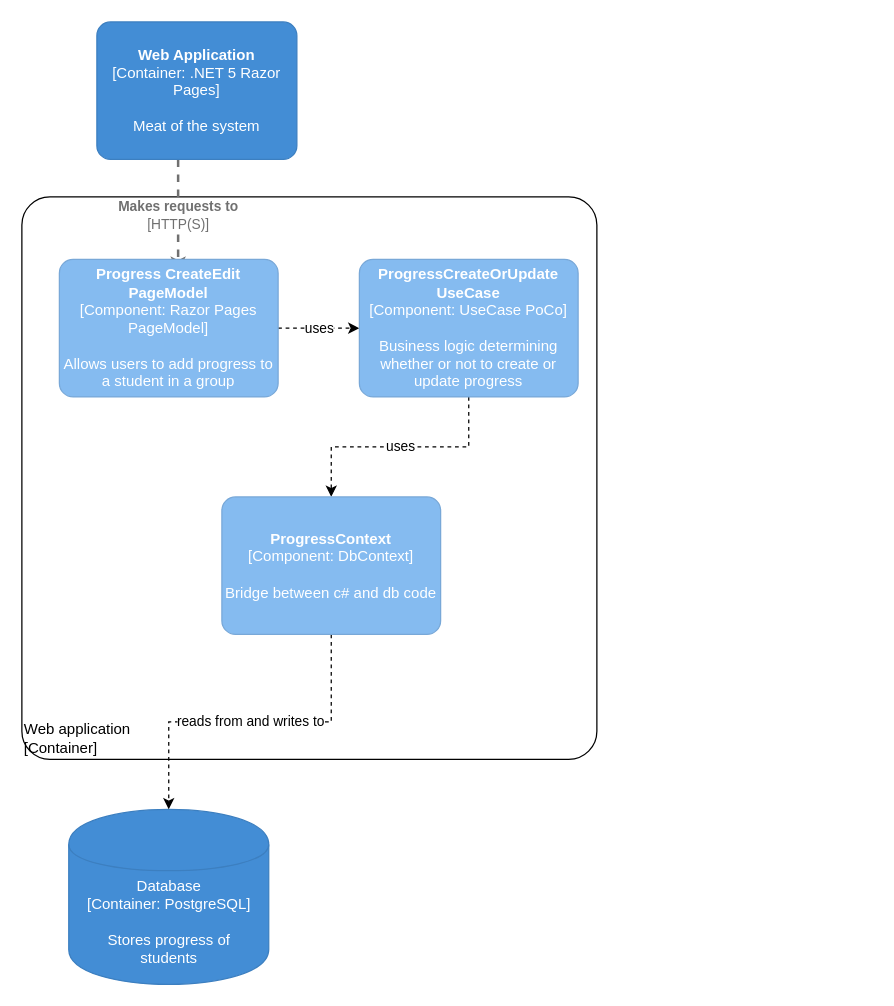
Above: page "C3" (3 of 4) of docs/c4-model.drawio in timohermans/StudentProgress (draw.io), before the change. Source tidied: cells renumbered, new cells numbered last; positions are measured from the earlier drawing's top-left corner, leaving out a move shared by most shapes. Both pictures are drawn from the tidied source at 125%, with x=0, y=0 at pixel (21, 21).
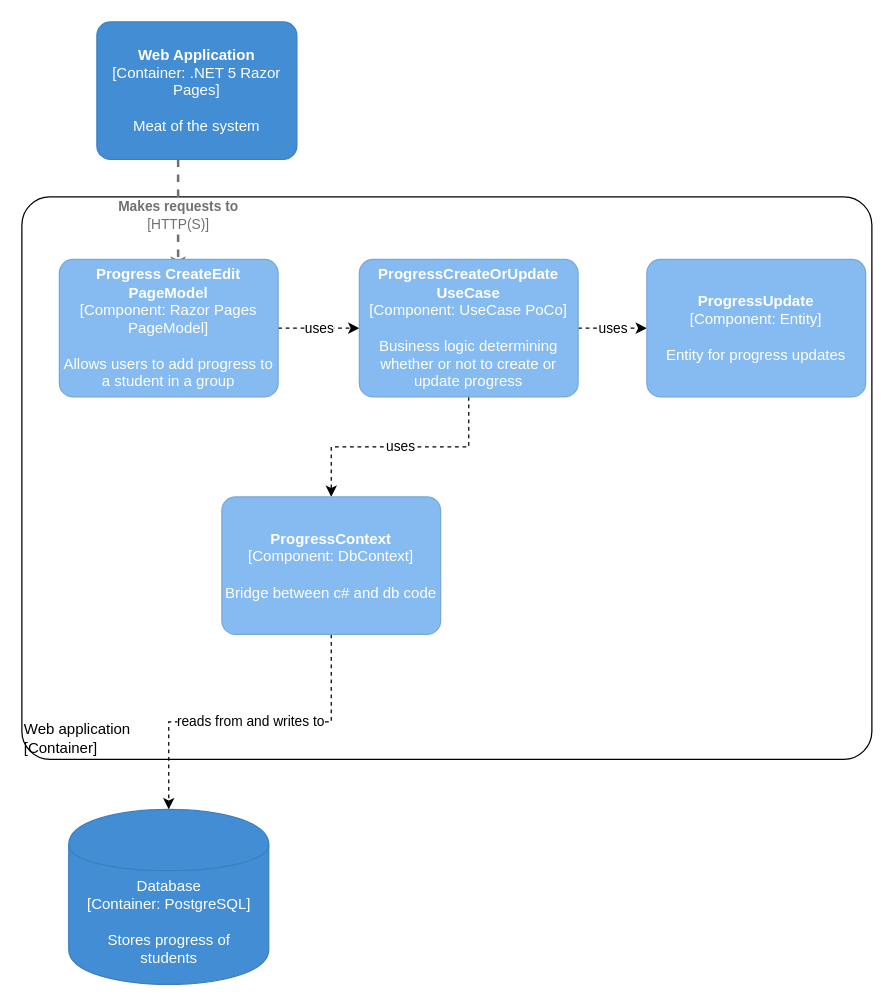
The same page after the edit.

Unchanged cells that the change refers to:
```xml
<object id="9" label="&lt;b&gt;%c4Name%&lt;/b&gt;&lt;div&gt;[%c4Type%: %c4Technology%]&lt;/div&gt;&lt;br&gt;&lt;div&gt;%c4Description%&lt;/div&gt;" c4Description="Business logic determining whether or not to create or update progress" c4Name="ProgressCreateOrUpdate UseCase" c4Technology="UseCase PoCo" c4Type="Component" placeholders="1">
  <mxCell style="rounded=1;whiteSpace=wrap;html=1;labelBackgroundColor=none;fillColor=#85BBF0;fontColor=#ffffff;align=center;arcSize=10;strokeColor=#78A8D8;metaData={&quot;c4Type&quot;:{&quot;editable&quot;:false}};points=[[0.25,0,0],[0.5,0,0],[0.75,0,0],[1,0.25,0],[1,0.5,0],[1,0.75,0],[0.75,1,0],[0.5,1,0],[0.25,1,0],[0,0.75,0],[0,0.5,0],[0,0.25,0]];" parent="1" vertex="1">
    <mxGeometry x="270" y="190" width="175" height="110" as="geometry" />
  </mxCell>
</object>
```

Change to the diagram source:
```diff
@@
     <object id="2" label="&lt;div style=&quot;text-align: left&quot;&gt;%c4Name%&lt;/div&gt;&lt;div style=&quot;text-align: left&quot;&gt;[%c4Application%]&lt;/div&gt;" c4Application="Container" c4Name="Web application" placeholders="1">
       <mxCell style="rounded=1;whiteSpace=wrap;html=1;labelBackgroundColor=none;fillColor=#ffffff;fontColor=#000000;align=left;arcSize=5;strokeColor=#000000;verticalAlign=bottom;metaData={&quot;c4Type&quot;:{&quot;editable&quot;:false}};" parent="1" vertex="1">
-        <mxGeometry y="140" width="460" height="450" as="geometry" />
+        <mxGeometry y="140" width="680" height="450" as="geometry" />
       </mxCell>
     </object>
@@
+    <mxCell id="12" value="uses" style="edgeStyle=orthogonalEdgeStyle;rounded=0;jettySize=auto;html=1;dashed=1;" parent="1" edge="1" source="9" target="13">
+      <mxGeometry relative="1" as="geometry" />
+    </mxCell>
@@
+    <object id="13" label="&lt;b&gt;%c4Name%&lt;/b&gt;&lt;div&gt;[%c4Type%: %c4Technology%]&lt;/div&gt;&lt;br&gt;&lt;div&gt;%c4Description%&lt;/div&gt;" c4Description="Entity for progress updates" c4Name="ProgressUpdate" c4Technology="Entity" c4Type="Component" placeholders="1">
+      <mxCell style="rounded=1;whiteSpace=wrap;html=1;labelBackgroundColor=none;fillColor=#85BBF0;fontColor=#ffffff;align=center;arcSize=10;strokeColor=#78A8D8;metaData={&quot;c4Type&quot;:{&quot;editable&quot;:false}};points=[[0.25,0,0],[0.5,0,0],[0.75,0,0],[1,0.25,0],[1,0.5,0],[1,0.75,0],[0.75,1,0],[0.5,1,0],[0.25,1,0],[0,0.75,0],[0,0.5,0],[0,0.25,0]];" parent="1" vertex="1">
+        <mxGeometry x="500" y="190" width="175" height="110" as="geometry" />
+      </mxCell>
+    </object>
```
